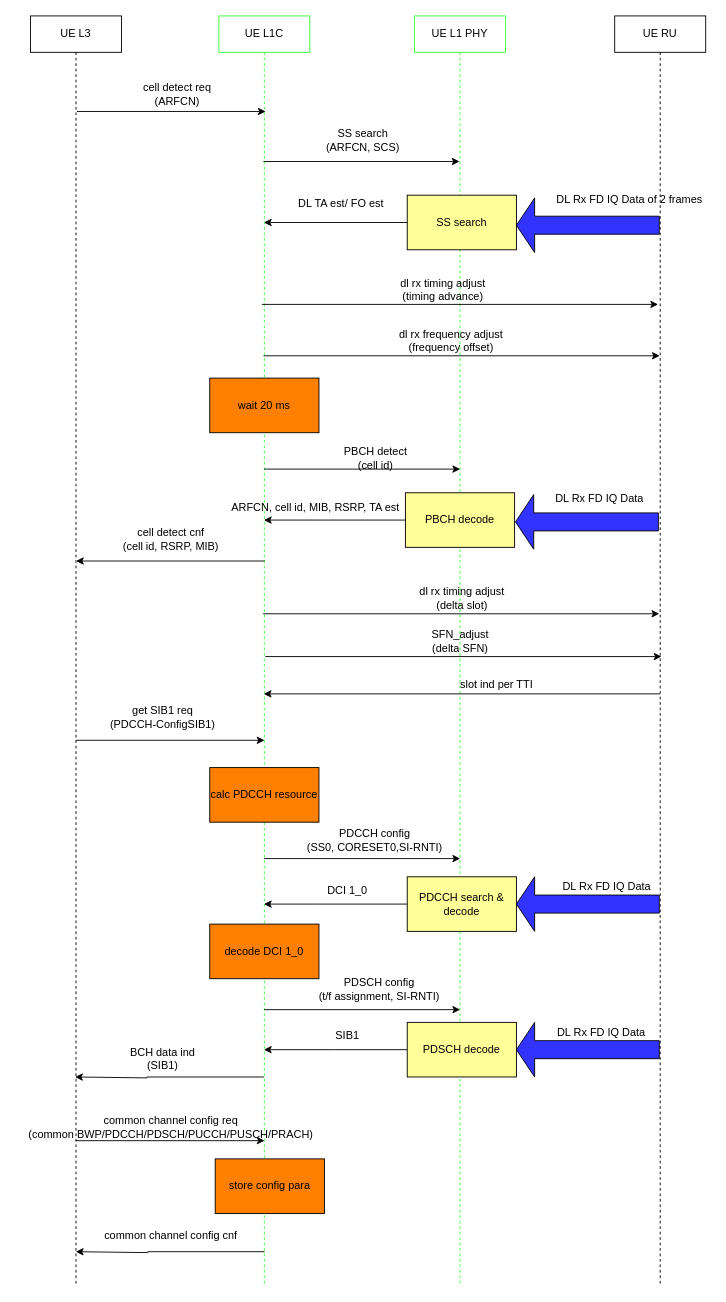
The draw.io diagram page "UE Cell Search Procedure" (12 of 13) of 1.drawio in wubobupt/drawio, before the edit. Source tidied: cells renumbered, new cells numbered last; positions are measured from the earlier drawing's top-left corner, leaving out a move shared by most shapes. Both pictures are drawn from the tidied source at 91%, with x=0, y=0 at pixel (15, 15).
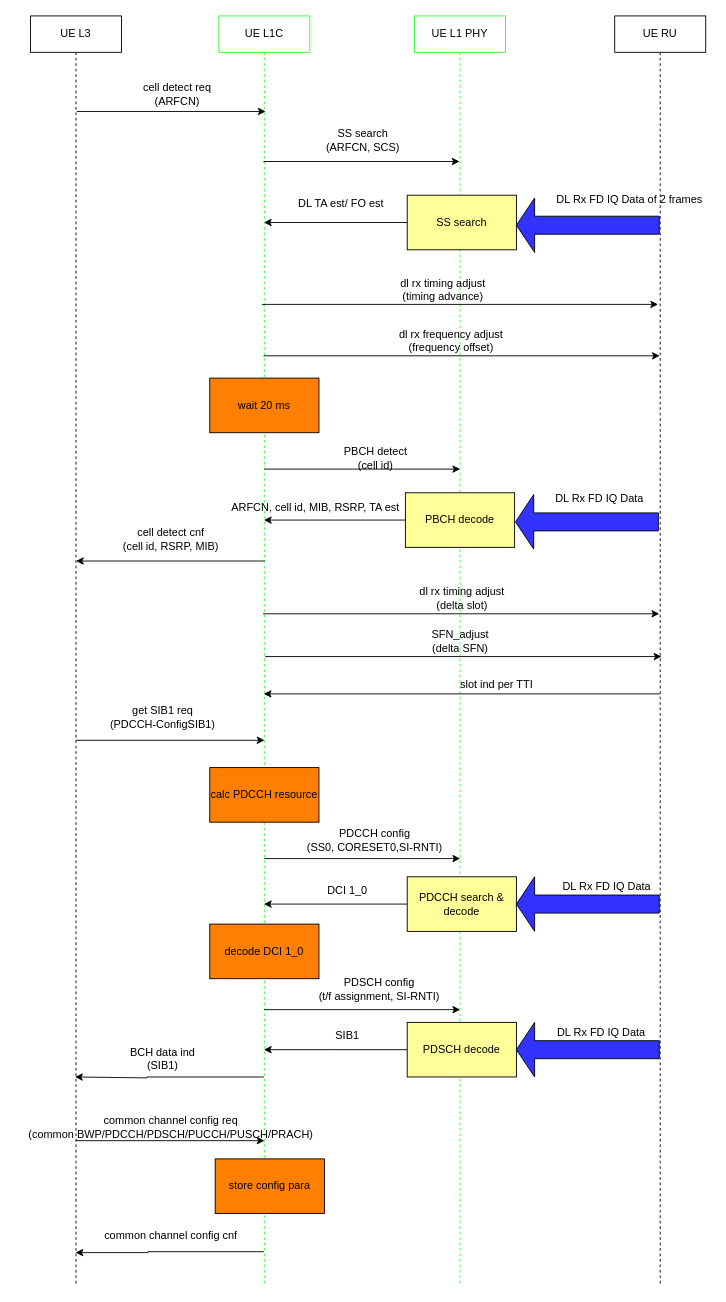
The same page after the edit.

Unchanged cells that the change refers to:
```xml
<mxCell id="2" value="UE L3" style="shape=umlLifeline;perimeter=lifelinePerimeter;whiteSpace=wrap;html=1;outlineConnect=0;portConstraint=eastwest;newEdgeStyle={&quot;curved&quot;:0,&quot;rounded&quot;:0};" parent="1" vertex="1">
  <mxGeometry x="17" width="100" height="1396" as="geometry" />
</mxCell>
<mxCell id="3" value="UE L1C" style="shape=umlLifeline;perimeter=lifelinePerimeter;whiteSpace=wrap;html=1;outlineConnect=0;portConstraint=eastwest;newEdgeStyle={&quot;curved&quot;:0,&quot;rounded&quot;:0};strokeColor=#33FF33;" parent="1" vertex="1">
  <mxGeometry x="224" width="100" height="1396" as="geometry" />
</mxCell>
```

Diff of the diagram source:
```diff
@@
-    <mxCell id="58" style="edgeStyle=orthogonalEdgeStyle;rounded=0;orthogonalLoop=1;jettySize=auto;html=1;" parent="1" edge="1">
+    <mxCell id="58" style="edgeStyle=orthogonalEdgeStyle;rounded=0;jettySize=auto;html=1;" parent="1" edge="1" source="3" target="2">
       <mxGeometry relative="1" as="geometry">
-        <mxPoint x="274.2" y="1358" as="sourcePoint" />
-        <mxPoint x="66.8" y="1358" as="targetPoint" />
         <Array as="points">
-          <mxPoint x="145.8" y="1358" />
-          <mxPoint x="66.8" y="1359" />
+          <mxPoint x="146" y="1358" />
+          <mxPoint x="146" y="1359" />
         </Array>
       </mxGeometry>
     </mxCell>
```
